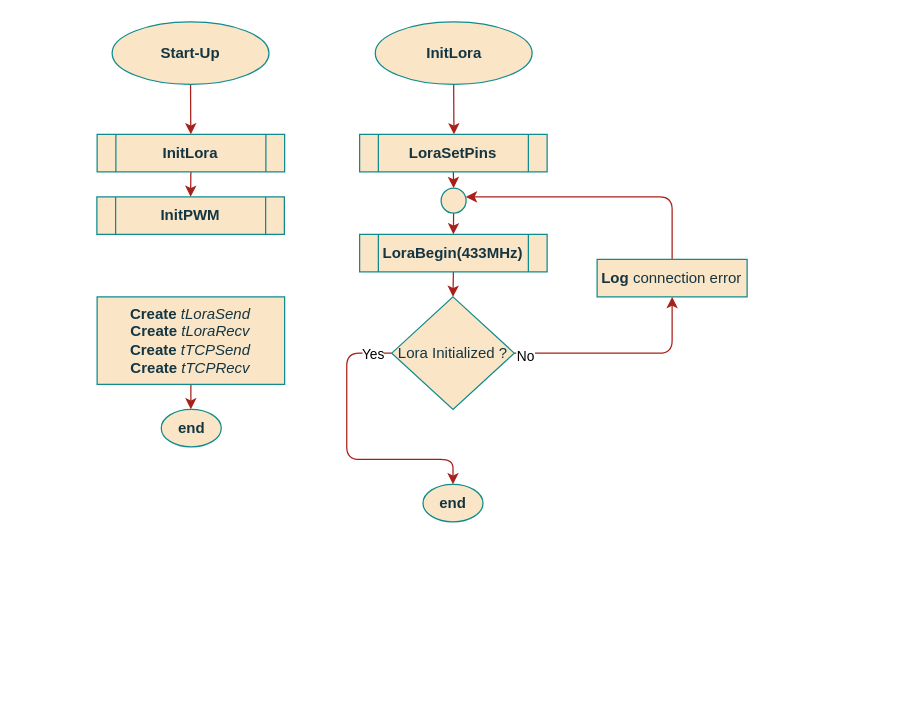
Above: page "boot" (3 of 12) of project/report/flowcharts/LStasks/tLampControl.drawio in ESRGgroup9/slipad (draw.io), before the change. Source tidied: cells renumbered, new cells numbered last; positions are measured from the earlier drawing's top-left corner, leaving out a move shared by most shapes. Both pictures are drawn from the tidied source at 125%, with x=0, y=0 at pixel (96, 21).
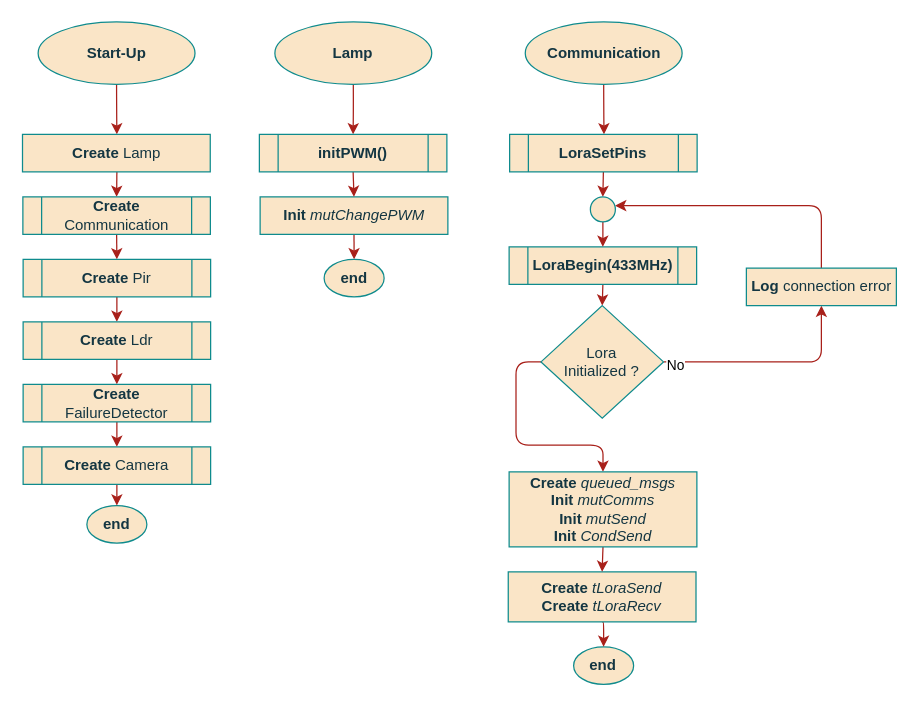
After the change.

The edit, as a diff of the source:
```diff
@@
     <mxCell id="2" style="edgeStyle=orthogonalEdgeStyle;curved=0;rounded=1;sketch=0;jettySize=auto;html=1;exitX=0.5;exitY=1;exitDx=0;exitDy=0;entryX=0.5;entryY=0;entryDx=0;entryDy=0;fontColor=#143642;strokeColor=#A8201A;fillColor=#FAE5C7;" parent="1" edge="1" source="3">
       <mxGeometry relative="1" as="geometry">
-        <mxPoint x="285.7" y="90" as="targetPoint" />
+        <mxPoint x="405.7" y="90" as="targetPoint" />
       </mxGeometry>
     </mxCell>
-    <mxCell id="3" value="InitLora" style="ellipse;whiteSpace=wrap;html=1;fillColor=#FAE5C7;strokeColor=#0F8B8D;fontColor=#143642;fontStyle=1;" parent="1" vertex="1">
-      <mxGeometry x="222.7" width="125.5" height="50" as="geometry" />
+    <mxCell id="3" value="Communication" style="ellipse;whiteSpace=wrap;html=1;fillColor=#FAE5C7;strokeColor=#0F8B8D;fontColor=#143642;fontStyle=1;" parent="1" vertex="1">
+      <mxGeometry x="342.7" width="125.5" height="50" as="geometry" />
     </mxCell>
     <mxCell id="4" value="end" style="ellipse;whiteSpace=wrap;html=1;fillColor=#FAE5C7;strokeColor=#0F8B8D;fontColor=#143642;fontStyle=1;" parent="1" vertex="1">
-      <mxGeometry x="260.9" y="370" width="48" height="30" as="geometry" />
+      <mxGeometry x="381.4" y="500" width="48" height="30" as="geometry" />
     </mxCell>
@@
     <mxCell id="6" value="LoraBegin(433MHz)" style="shape=process;whiteSpace=wrap;html=1;backgroundOutline=1;rounded=0;sketch=0;fontColor=#143642;strokeColor=#0F8B8D;fillColor=#FAE5C7;fontStyle=1;" parent="1" vertex="1">
-      <mxGeometry x="210.2" y="170" width="150" height="30" as="geometry" />
+      <mxGeometry x="329.8" y="180" width="150" height="30" as="geometry" />
     </mxCell>
-    <mxCell id="7" style="edgeStyle=orthogonalEdgeStyle;rounded=1;jettySize=auto;html=1;exitX=0;exitY=0.5;exitDx=0;exitDy=0;entryX=0.5;entryY=0;entryDx=0;entryDy=0;fontSize=11;strokeColor=#A8201A;" parent="1" edge="1" source="12" target="4">
-      <mxGeometry relative="1" as="geometry">
-        <Array as="points">
-          <mxPoint x="199.9" y="265" />
-          <mxPoint x="199.9" y="350" />
-          <mxPoint x="284.9" y="350" />
-        </Array>
-      </mxGeometry>
-    </mxCell>
-    <mxCell id="8" value="Yes" style="edgeLabel;html=1;align=center;verticalAlign=middle;fontSize=11;" parent="7" vertex="1">
-      <mxGeometry x="-0.9" y="2" relative="1" as="geometry">
-        <mxPoint x="-4" y="-2" as="offset" />
-      </mxGeometry>
-    </mxCell>
     <mxCell id="9" style="edgeStyle=orthogonalEdgeStyle;rounded=1;jettySize=auto;html=1;exitX=0.5;exitY=0;exitDx=0;exitDy=0;fontSize=11;strokeColor=#A8201A;startArrow=none;" parent="1" edge="1" source="17">
       <mxGeometry relative="1" as="geometry">
-        <mxPoint x="295.2" y="140" as="targetPoint" />
+        <mxPoint x="414.6" y="147" as="targetPoint" />
         <Array as="points">
-          <mxPoint x="460.2" y="140" />
+          <mxPoint x="579.6" y="147" />
         </Array>
       </mxGeometry>
     </mxCell>
@@
+    <mxCell id="26" style="edgeStyle=orthogonalEdgeStyle;rounded=1;jettySize=auto;html=1;exitX=0;exitY=0.5;exitDx=0;exitDy=0;entryX=0.5;entryY=0;entryDx=0;entryDy=0;strokeColor=#A8201A;" parent="1" edge="1" source="12" target="47">
+      <mxGeometry relative="1" as="geometry" />
+    </mxCell>
-    <mxCell id="12" value="Lora Initialized ?" style="rhombus;whiteSpace=wrap;html=1;rounded=0;sketch=0;fontColor=#143642;strokeColor=#0F8B8D;fillColor=#FAE5C7;" parent="1" vertex="1">
-      <mxGeometry x="235.9" y="220" width="98" height="90" as="geometry" />
+    <mxCell id="12" value="&lt;div&gt;Lora&lt;/div&gt;&lt;div&gt;Initialized ?&lt;/div&gt;" style="rhombus;whiteSpace=wrap;html=1;rounded=0;sketch=0;fontColor=#143642;strokeColor=#0F8B8D;fillColor=#FAE5C7;" parent="1" vertex="1">
+      <mxGeometry x="355.3" y="227" width="98" height="90" as="geometry" />
     </mxCell>
@@
-    <mxCell id="14" style="edgeStyle=orthogonalEdgeStyle;rounded=1;jettySize=auto;html=1;exitX=0.5;exitY=1;exitDx=0;exitDy=0;entryX=0.5;entryY=0;entryDx=0;entryDy=0;fontSize=11;strokeColor=#A8201A;" parent="1" edge="1" source="15" target="16">
+    <mxCell id="14" style="edgeStyle=orthogonalEdgeStyle;rounded=1;jettySize=auto;html=1;exitX=0.5;exitY=1;exitDx=0;exitDy=0;entryX=0.5;entryY=0;entryDx=0;entryDy=0;strokeColor=#A8201A;" parent="1" edge="1" source="15" target="16">
       <mxGeometry relative="1" as="geometry" />
     </mxCell>
     <mxCell id="15" value="LoraSetPins" style="shape=process;whiteSpace=wrap;html=1;backgroundOutline=1;rounded=0;sketch=0;fontColor=#143642;strokeColor=#0F8B8D;fillColor=#FAE5C7;fontStyle=1;" parent="1" vertex="1">
-      <mxGeometry x="210.2" y="90" width="150" height="30" as="geometry" />
+      <mxGeometry x="330.2" y="90" width="150" height="30" as="geometry" />
     </mxCell>
     <mxCell id="16" style="ellipse;whiteSpace=wrap;html=1;rounded=0;sketch=0;fontColor=#143642;strokeColor=#0F8B8D;fillColor=#FAE5C7;" parent="1" vertex="1">
-      <mxGeometry x="275.4" y="133" width="20" height="20" as="geometry" />
+      <mxGeometry x="394.8" y="140" width="20" height="20" as="geometry" />
     </mxCell>
     <mxCell id="17" value="&lt;b&gt;Log&lt;/b&gt; connection error" style="rounded=0;whiteSpace=wrap;html=1;sketch=0;fontColor=#143642;strokeColor=#0F8B8D;fillColor=#FAE5C7;" parent="1" vertex="1">
-      <mxGeometry x="400.2" y="190" width="120" height="30" as="geometry" />
+      <mxGeometry x="519.6" y="197" width="120" height="30" as="geometry" />
     </mxCell>
     <mxCell id="18" style="edgeStyle=orthogonalEdgeStyle;curved=0;rounded=1;sketch=0;jettySize=auto;html=1;exitX=0.5;exitY=1;exitDx=0;exitDy=0;entryX=0.5;entryY=0;entryDx=0;entryDy=0;fontColor=#143642;strokeColor=#A8201A;fillColor=#FAE5C7;" parent="1" edge="1" source="19">
       <mxGeometry relative="1" as="geometry">
-        <mxPoint x="75.2" y="90" as="targetPoint" />
+        <mxPoint x="16" y="90" as="targetPoint" />
       </mxGeometry>
     </mxCell>
     <mxCell id="19" value="Start-Up" style="ellipse;whiteSpace=wrap;html=1;fillColor=#FAE5C7;strokeColor=#0F8B8D;fontColor=#143642;fontStyle=1;" parent="1" vertex="1">
-      <mxGeometry x="12.2" width="125.5" height="50" as="geometry" />
+      <mxGeometry x="-47" width="125.5" height="50" as="geometry" />
     </mxCell>
-    <mxCell id="20" style="edgeStyle=orthogonalEdgeStyle;rounded=1;sketch=0;jettySize=auto;html=1;fontColor=#143642;strokeColor=#A8201A;fillColor=#FAE5C7;entryX=0.5;entryY=0;entryDx=0;entryDy=0;" parent="1" edge="1" source="21">
-      <mxGeometry relative="1" as="geometry">
-        <mxPoint x="75.1" y="310" as="targetPoint" />
-      </mxGeometry>
-    </mxCell>
-    <mxCell id="21" value="&lt;div&gt;&lt;b&gt;Create &lt;/b&gt;&lt;i&gt;tLoraSend&lt;/i&gt;&lt;/div&gt;&lt;div&gt;&lt;b&gt;Create &lt;/b&gt;&lt;i&gt;tLoraRecv&lt;/i&gt;&lt;/div&gt;&lt;div&gt;&lt;b&gt;Create&lt;/b&gt; &lt;i&gt;tTCPSend&lt;/i&gt;&lt;/div&gt;&lt;div&gt;&lt;div&gt;&lt;b&gt;Create&lt;/b&gt; &lt;i&gt;tTCPRecv&lt;/i&gt;&lt;/div&gt;&lt;i&gt;&lt;/i&gt;&lt;/div&gt;" style="rounded=0;whiteSpace=wrap;html=1;sketch=0;fontColor=#143642;strokeColor=#0F8B8D;fillColor=#FAE5C7;" parent="1" vertex="1">
-      <mxGeometry x="0.2" y="220" width="150" height="70" as="geometry" />
-    </mxCell>
-    <mxCell id="22" style="edgeStyle=orthogonalEdgeStyle;rounded=1;jettySize=auto;html=1;exitX=0.5;exitY=1;exitDx=0;exitDy=0;entryX=0.5;entryY=0;entryDx=0;entryDy=0;strokeColor=#A8201A;" parent="1" edge="1" source="23" target="25">
-      <mxGeometry relative="1" as="geometry" />
+    <mxCell id="22" style="edgeStyle=orthogonalEdgeStyle;rounded=1;jettySize=auto;html=1;exitX=0.5;exitY=1;exitDx=0;exitDy=0;entryX=0.5;entryY=0;entryDx=0;entryDy=0;strokeColor=#A8201A;" parent="1" edge="1" target="25">
+      <mxGeometry relative="1" as="geometry">
+        <mxPoint x="16" y="120" as="sourcePoint" />
+      </mxGeometry>
     </mxCell>
-    <mxCell id="23" value="InitLora " style="shape=process;whiteSpace=wrap;html=1;backgroundOutline=1;rounded=0;sketch=0;fontColor=#143642;strokeColor=#0F8B8D;fillColor=#FAE5C7;fontStyle=1;" parent="1" vertex="1">
-      <mxGeometry x="0.2" y="90" width="150" height="30" as="geometry" />
-    </mxCell>
     <mxCell id="24" value="end" style="ellipse;whiteSpace=wrap;html=1;fillColor=#FAE5C7;strokeColor=#0F8B8D;fontColor=#143642;fontStyle=1;" parent="1" vertex="1">
-      <mxGeometry x="51.5" y="310" width="48" height="30" as="geometry" />
+      <mxGeometry x="-8" y="387" width="48" height="30" as="geometry" />
     </mxCell>
+    <mxCell id="27" style="edgeStyle=orthogonalEdgeStyle;rounded=1;jettySize=auto;html=1;exitX=0.5;exitY=1;exitDx=0;exitDy=0;entryX=0.5;entryY=0;entryDx=0;entryDy=0;strokeColor=#A8201A;" parent="1" edge="1" source="25" target="38">
+      <mxGeometry relative="1" as="geometry" />
+    </mxCell>
-    <mxCell id="25" value="InitPWM " style="shape=process;whiteSpace=wrap;html=1;backgroundOutline=1;rounded=0;sketch=0;fontColor=#143642;strokeColor=#0F8B8D;fillColor=#FAE5C7;fontStyle=1;" parent="1" vertex="1">
-      <mxGeometry y="140" width="150" height="30" as="geometry" />
+    <mxCell id="25" value="Create &lt;span style=&quot;font-weight: normal&quot;&gt;Communication&lt;/span&gt;" style="shape=process;whiteSpace=wrap;html=1;backgroundOutline=1;rounded=0;sketch=0;fontColor=#143642;strokeColor=#0F8B8D;fillColor=#FAE5C7;fontStyle=1;" parent="1" vertex="1">
+      <mxGeometry x="-59.2" y="140" width="150" height="30" as="geometry" />
     </mxCell>
+    <mxCell id="28" style="edgeStyle=orthogonalEdgeStyle;rounded=1;jettySize=auto;html=1;exitX=0.5;exitY=1;exitDx=0;exitDy=0;entryX=0.5;entryY=0;entryDx=0;entryDy=0;strokeColor=#A8201A;" parent="1" edge="1" source="29" target="4">
+      <mxGeometry relative="1" as="geometry" />
+    </mxCell>
+    <mxCell id="29" value="&lt;div&gt;&lt;b&gt;Create&lt;/b&gt; &lt;i&gt;tLoraSend&lt;/i&gt;&lt;/div&gt;&lt;div&gt;&lt;b&gt;Create&lt;/b&gt; &lt;i&gt;tLoraRecv&lt;/i&gt;&lt;/div&gt;" style="rounded=0;whiteSpace=wrap;html=1;sketch=0;fontColor=#143642;strokeColor=#0F8B8D;fillColor=#FAE5C7;" parent="1" vertex="1">
+      <mxGeometry x="329.1" y="440" width="150.2" height="40" as="geometry" />
+    </mxCell>
+    <mxCell id="30" style="edgeStyle=orthogonalEdgeStyle;curved=0;rounded=1;sketch=0;jettySize=auto;html=1;exitX=0.5;exitY=1;exitDx=0;exitDy=0;entryX=0.5;entryY=0;entryDx=0;entryDy=0;fontColor=#143642;strokeColor=#A8201A;fillColor=#FAE5C7;" parent="1" edge="1" source="31" target="35">
+      <mxGeometry relative="1" as="geometry" />
+    </mxCell>
+    <mxCell id="31" value="Lamp" style="ellipse;whiteSpace=wrap;html=1;fillColor=#FAE5C7;strokeColor=#0F8B8D;fontColor=#143642;fontStyle=1;" parent="1" vertex="1">
+      <mxGeometry x="142.4" width="125.5" height="50" as="geometry" />
+    </mxCell>
+    <mxCell id="32" style="edgeStyle=orthogonalEdgeStyle;rounded=1;jettySize=auto;html=1;exitX=0.5;exitY=1;exitDx=0;exitDy=0;entryX=0.5;entryY=0;entryDx=0;entryDy=0;strokeColor=#A8201A;" parent="1" edge="1" source="33" target="36">
+      <mxGeometry relative="1" as="geometry" />
+    </mxCell>
+    <mxCell id="33" value="&lt;div&gt;&lt;b&gt;Init&lt;/b&gt; &lt;i&gt;mutChangePWM&lt;/i&gt;&lt;/div&gt;" style="rounded=0;whiteSpace=wrap;html=1;sketch=0;fontColor=#143642;strokeColor=#0F8B8D;fillColor=#FAE5C7;" parent="1" vertex="1">
+      <mxGeometry x="130.6" y="140" width="150.2" height="30" as="geometry" />
+    </mxCell>
+    <mxCell id="34" style="edgeStyle=orthogonalEdgeStyle;curved=0;rounded=1;sketch=0;jettySize=auto;html=1;exitX=0.5;exitY=1;exitDx=0;exitDy=0;entryX=0.5;entryY=0;entryDx=0;entryDy=0;fontColor=#143642;strokeColor=#A8201A;fillColor=#FAE5C7;" parent="1" edge="1" source="35" target="33">
+      <mxGeometry relative="1" as="geometry" />
+    </mxCell>
+    <mxCell id="35" value="&lt;b&gt;initPWM()&lt;/b&gt;" style="shape=process;whiteSpace=wrap;html=1;backgroundOutline=1;rounded=0;sketch=0;fontColor=#143642;strokeColor=#0F8B8D;fillColor=#FAE5C7;" parent="1" vertex="1">
+      <mxGeometry x="130" y="90" width="150" height="30" as="geometry" />
+    </mxCell>
+    <mxCell id="36" value="end" style="ellipse;whiteSpace=wrap;html=1;fillColor=#FAE5C7;strokeColor=#0F8B8D;fontColor=#143642;fontStyle=1;" parent="1" vertex="1">
+      <mxGeometry x="181.8" y="190" width="48" height="30" as="geometry" />
+    </mxCell>
+    <mxCell id="37" style="edgeStyle=orthogonalEdgeStyle;rounded=1;jettySize=auto;html=1;exitX=0.5;exitY=1;exitDx=0;exitDy=0;entryX=0.5;entryY=0;entryDx=0;entryDy=0;strokeColor=#A8201A;" parent="1" edge="1" source="38" target="40">
+      <mxGeometry relative="1" as="geometry" />
+    </mxCell>
+    <mxCell id="38" value="Create &lt;span style=&quot;font-weight: normal&quot;&gt;Pir&lt;/span&gt;" style="shape=process;whiteSpace=wrap;html=1;backgroundOutline=1;rounded=0;sketch=0;fontColor=#143642;strokeColor=#0F8B8D;fillColor=#FAE5C7;fontStyle=1;" parent="1" vertex="1">
+      <mxGeometry x="-59" y="190" width="150" height="30" as="geometry" />
+    </mxCell>
+    <mxCell id="39" style="edgeStyle=orthogonalEdgeStyle;rounded=1;jettySize=auto;html=1;exitX=0.5;exitY=1;exitDx=0;exitDy=0;entryX=0.5;entryY=0;entryDx=0;entryDy=0;strokeColor=#A8201A;" parent="1" edge="1" source="40" target="42">
+      <mxGeometry relative="1" as="geometry" />
+    </mxCell>
+    <mxCell id="40" value="Create &lt;span style=&quot;font-weight: normal&quot;&gt;Ldr&lt;/span&gt;" style="shape=process;whiteSpace=wrap;html=1;backgroundOutline=1;rounded=0;sketch=0;fontColor=#143642;strokeColor=#0F8B8D;fillColor=#FAE5C7;fontStyle=1;" parent="1" vertex="1">
+      <mxGeometry x="-59" y="240" width="150" height="30" as="geometry" />
+    </mxCell>
+    <mxCell id="41" style="edgeStyle=orthogonalEdgeStyle;rounded=1;jettySize=auto;html=1;exitX=0.5;exitY=1;exitDx=0;exitDy=0;entryX=0.5;entryY=0;entryDx=0;entryDy=0;strokeColor=#A8201A;" parent="1" edge="1" source="42" target="44">
+      <mxGeometry relative="1" as="geometry" />
+    </mxCell>
+    <mxCell id="42" value="Create &lt;span style=&quot;font-weight: normal&quot;&gt;FailureDetector&lt;/span&gt;" style="shape=process;whiteSpace=wrap;html=1;backgroundOutline=1;rounded=0;sketch=0;fontColor=#143642;strokeColor=#0F8B8D;fillColor=#FAE5C7;fontStyle=1;" parent="1" vertex="1">
+      <mxGeometry x="-59" y="290" width="150" height="30" as="geometry" />
+    </mxCell>
+    <mxCell id="43" style="edgeStyle=orthogonalEdgeStyle;rounded=1;jettySize=auto;html=1;exitX=0.5;exitY=1;exitDx=0;exitDy=0;entryX=0.5;entryY=0;entryDx=0;entryDy=0;strokeColor=#A8201A;" parent="1" edge="1" source="44" target="24">
+      <mxGeometry relative="1" as="geometry" />
+    </mxCell>
+    <mxCell id="44" value="Create &lt;span style=&quot;font-weight: normal&quot;&gt;Camera&lt;/span&gt;" style="shape=process;whiteSpace=wrap;html=1;backgroundOutline=1;rounded=0;sketch=0;fontColor=#143642;strokeColor=#0F8B8D;fillColor=#FAE5C7;fontStyle=1;" parent="1" vertex="1">
+      <mxGeometry x="-59" y="340" width="150" height="30" as="geometry" />
+    </mxCell>
+    <mxCell id="45" value="&lt;b&gt;Create&lt;/b&gt; Lamp" style="rounded=0;whiteSpace=wrap;html=1;sketch=0;fontColor=#143642;strokeColor=#0F8B8D;fillColor=#FAE5C7;" parent="1" vertex="1">
+      <mxGeometry x="-59.5" y="90" width="150.2" height="30" as="geometry" />
+    </mxCell>
+    <mxCell id="46" style="edgeStyle=orthogonalEdgeStyle;rounded=1;jettySize=auto;html=1;exitX=0.5;exitY=1;exitDx=0;exitDy=0;entryX=0.5;entryY=0;entryDx=0;entryDy=0;strokeColor=#A8201A;" parent="1" edge="1" target="29">
+      <mxGeometry relative="1" as="geometry">
+        <mxPoint x="404.9" y="420" as="sourcePoint" />
+      </mxGeometry>
+    </mxCell>
+    <mxCell id="47" value="&lt;div&gt;&lt;b&gt;Create&lt;/b&gt; &lt;i&gt;queued_msgs&lt;/i&gt;&lt;/div&gt;&lt;div&gt;&lt;b&gt;Init &lt;/b&gt;&lt;i&gt;mutComms&lt;/i&gt;&lt;/div&gt;&lt;div&gt;&lt;b&gt;Init &lt;/b&gt;&lt;i&gt;mutSend&lt;/i&gt;&lt;/div&gt;&lt;div&gt;&lt;b&gt;Init&lt;/b&gt; &lt;i&gt;CondSend&lt;/i&gt;&lt;br&gt;&lt;/div&gt;" style="rounded=0;whiteSpace=wrap;html=1;sketch=0;fontColor=#143642;strokeColor=#0F8B8D;fillColor=#FAE5C7;" parent="1" vertex="1">
+      <mxGeometry x="329.8" y="360" width="150.2" height="60" as="geometry" />
+    </mxCell>
```
